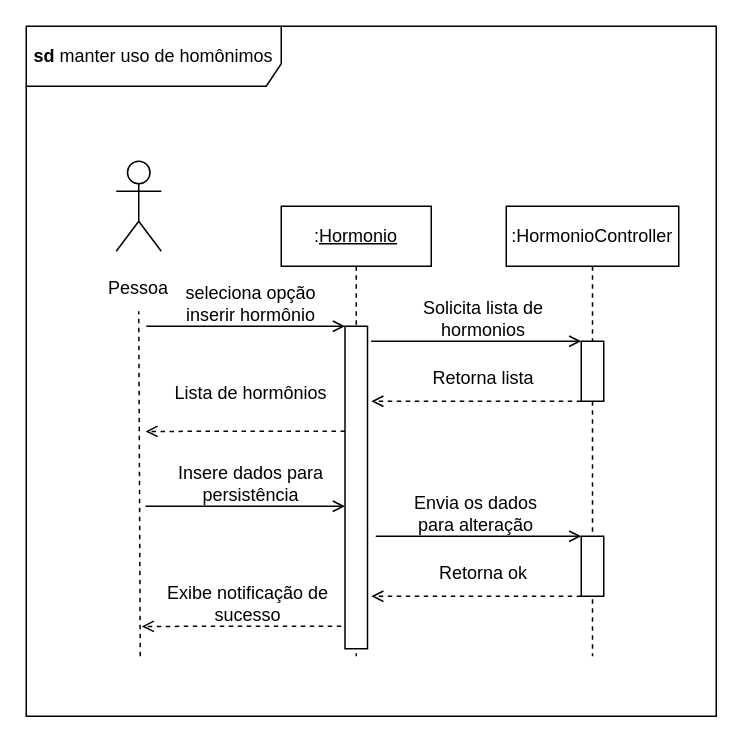
This is Diagrama sem nome.drawio from Danielnatham/diagramas-es-1, a draw.io file, before an edit. Source tidied: cells renumbered, new cells numbered last; positions are measured from the earlier drawing's top-left corner, leaving out a move shared by most shapes. Both pictures are drawn from the tidied source at 150%, with x=0, y=0 at pixel (26, 26).
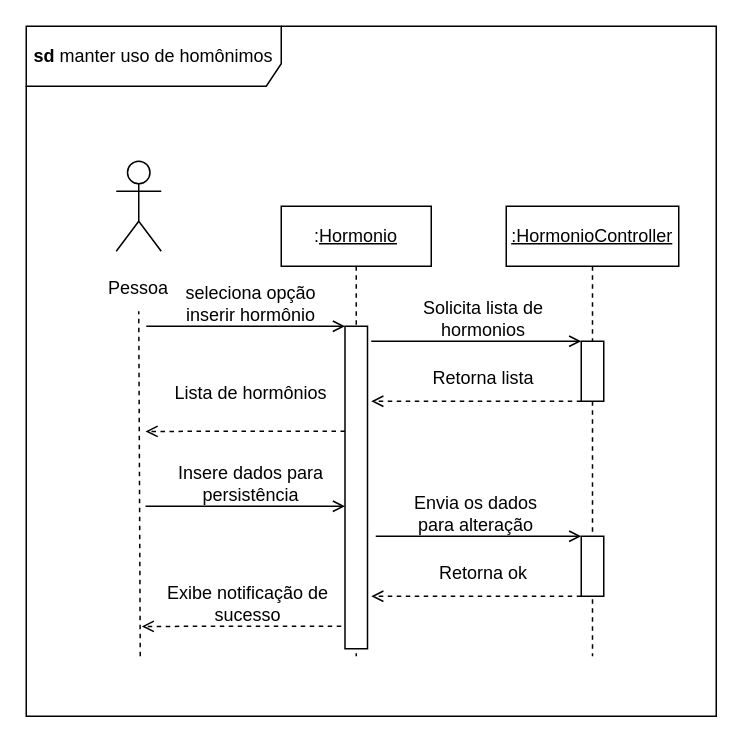
After the change.

Diff of the diagram source:
```diff
@@
-    <mxCell id="4" value=":HormonioController" style="shape=umlLifeline;perimeter=lifelinePerimeter;whiteSpace=wrap;html=1;newEdgeStyle={&quot;curved&quot;:0,&quot;rounded&quot;:0};" parent="1" vertex="1">
+    <mxCell id="4" value="&lt;u&gt;:HormonioController&lt;/u&gt;" style="shape=umlLifeline;perimeter=lifelinePerimeter;whiteSpace=wrap;html=1;newEdgeStyle={&quot;curved&quot;:0,&quot;rounded&quot;:0};" parent="1" vertex="1">
       <mxGeometry x="320" y="120" width="115" height="300" as="geometry" />
     </mxCell>
```
